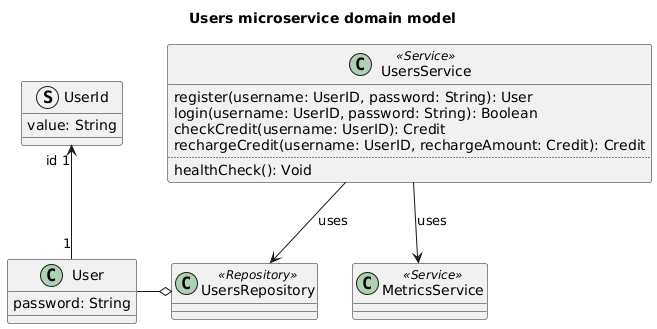
Above: doc/diagrams/users-microservice-domain-model.png in Ventus218/SAP-assignment-02 (PlantUML), before the change.
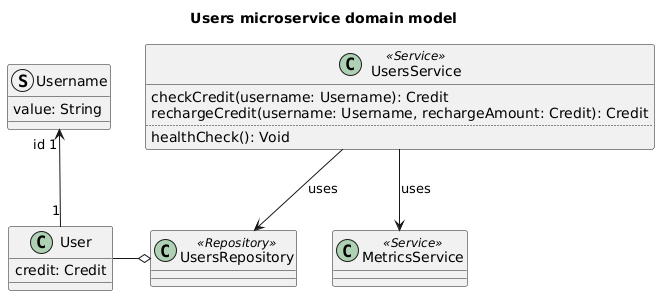
The same file after the commit.

The edit, as a diff of the source:
```diff
@@ -3,21 +3,19 @@
 title Users microservice domain model
 
 class User {
-    password: String
+    credit: Credit
 }
-struct UserId {
+struct Username {
     value: String
 }
-User "1" -u-> "id 1" UserId
+User "1" -u-> "id 1" Username
 
 class UsersRepository <<Repository>>
 UsersRepository o-l- User
 
 class UsersService <<Service>> {
-    register(username: UserID, password: String): User
-    login(username: UserID, password: String): Boolean
-    checkCredit(username: UserID): Credit
-    rechargeCredit(username: UserID, rechargeAmount: Credit): Credit
+    checkCredit(username: Username): Credit
+    rechargeCredit(username: Username, rechargeAmount: Credit): Credit
     ..
     healthCheck(): Void
 }
```
